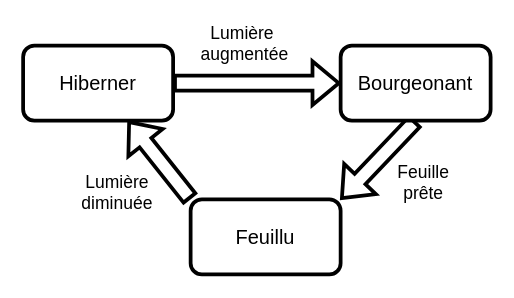
Before: page "Page-1" (1 of 3) of jeux-3d/images/machine-etats.drawio in Cours-Alexandre-Ouellet/cours-alexandre-ouellet.github.io, a draw.io diagram. Source tidied: cells renumbered, new cells numbered last; positions are measured from the earlier drawing's top-left corner, leaving out a move shared by most shapes. Both pictures are drawn from the tidied source at 125%, with x=0, y=0 at pixel (22, 45).
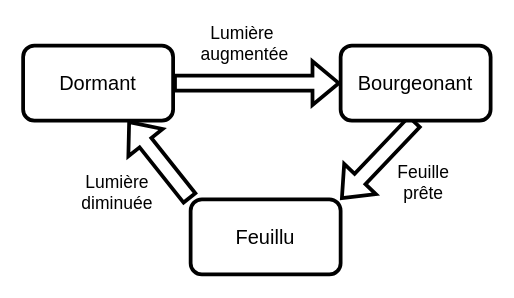
The same page after the edit.

The edit, as a diff of the source:
```diff
@@
 <mxGraphModel>
   <root>
     <mxCell id="0" />
     <mxCell id="1" parent="0" />
     <mxCell id="2" value="Lumière&amp;nbsp;&lt;div&gt;augmentée&lt;/div&gt;" style="edgeStyle=orthogonalEdgeStyle;rounded=0;jettySize=auto;html=1;exitX=1;exitY=0.5;exitDx=0;exitDy=0;shape=flexArrow;strokeWidth=3;fontSize=14;" parent="1" edge="1" source="3" target="5">
       <mxGeometry x="-0.15" y="32" relative="1" as="geometry" />
     </mxCell>
-    <mxCell id="3" value="Hiberner" style="rounded=1;whiteSpace=wrap;html=1;strokeWidth=3;fontSize=16;" parent="1" vertex="1">
+    <mxCell id="3" value="Dormant" style="rounded=1;whiteSpace=wrap;html=1;strokeWidth=3;fontSize=16;" parent="1" vertex="1">
       <mxGeometry width="120" height="60" as="geometry" />
     </mxCell>
     <mxCell id="4" value="Feuille &lt;br style=&quot;font-size: 14px;&quot;&gt;prête" style="rounded=0;jettySize=auto;html=1;exitX=0.5;exitY=1;exitDx=0;exitDy=0;entryX=1;entryY=0;entryDx=0;entryDy=0;shape=flexArrow;strokeWidth=3;fontSize=14;" parent="1" edge="1" source="5" target="7">
       <mxGeometry x="-0.28" y="38" relative="1" as="geometry" />
     </mxCell>
     <mxCell id="5" value="Bourgeonant" style="rounded=1;whiteSpace=wrap;html=1;strokeWidth=3;fontSize=16;" parent="1" vertex="1">
       <mxGeometry x="254" width="120" height="60" as="geometry" />
     </mxCell>
     <mxCell id="6" value="Lumière&lt;br&gt;diminuée" style="rounded=0;jettySize=auto;html=1;exitX=0;exitY=0;exitDx=0;exitDy=0;strokeWidth=3;shape=flexArrow;fontSize=14;" parent="1" edge="1" source="7" target="3">
       <mxGeometry x="0.03" y="42" relative="1" as="geometry">
         <mxPoint x="-1" as="offset" />
       </mxGeometry>
     </mxCell>
     <mxCell id="7" value="Feuillu" style="rounded=1;whiteSpace=wrap;html=1;strokeWidth=3;fontSize=16;" parent="1" vertex="1">
       <mxGeometry x="134" y="123" width="120" height="60" as="geometry" />
     </mxCell>
   </root>
 </mxGraphModel>
```
